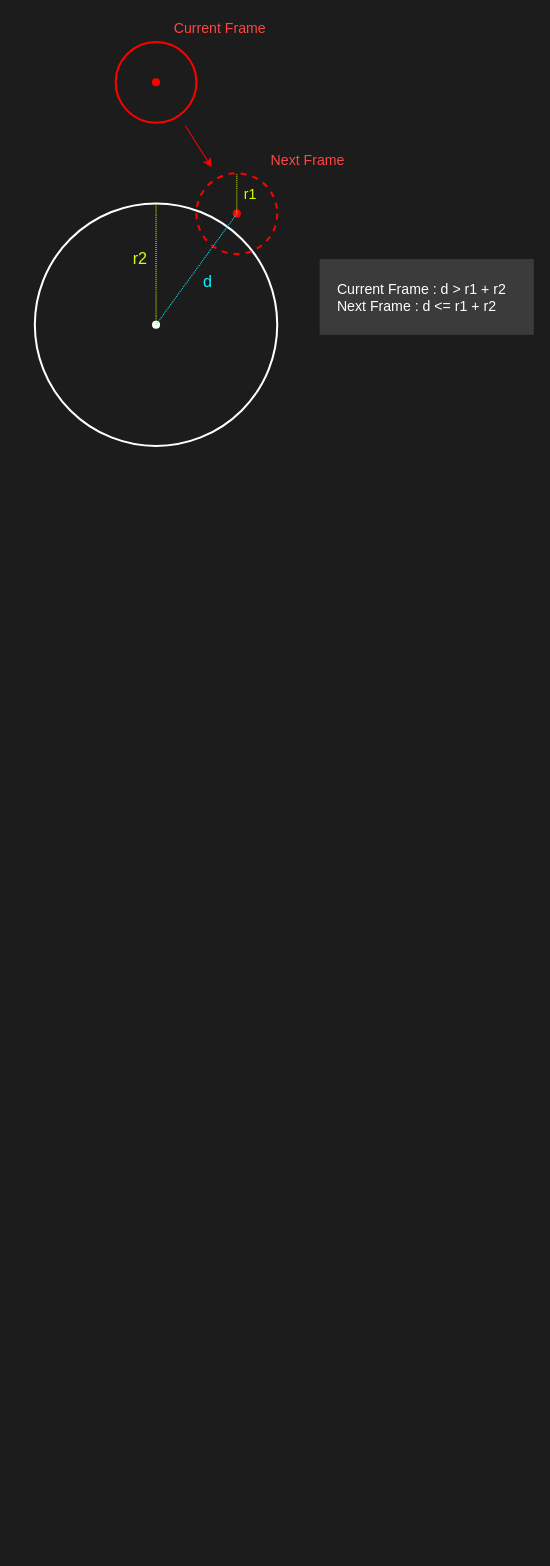
Above: _posts_data/2021_1002_Sphere to Sphere Collision.drawio in rito15/rito15.github.io (draw.io), before the change. Source tidied: cells renumbered, new cells numbered last; positions are measured from the earlier drawing's top-left corner, leaving out a move shared by most shapes. Both pictures are drawn from the tidied source at 101%, with x=0, y=0 at pixel (34, 17).
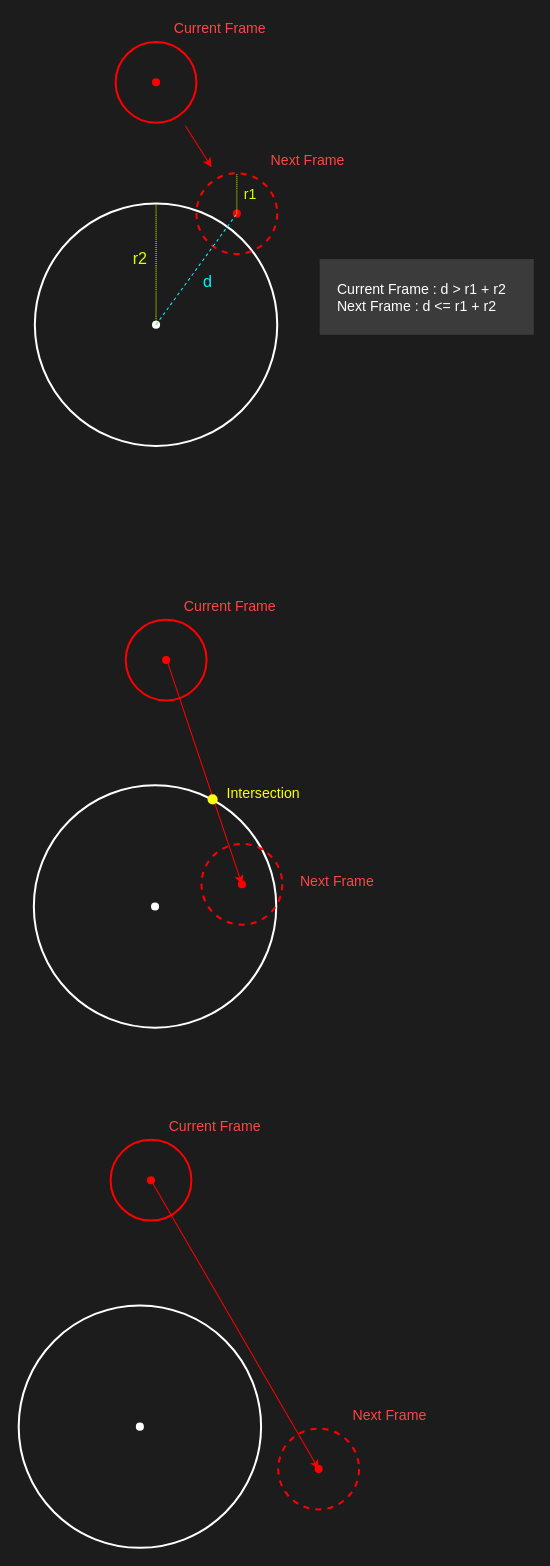
Above is the later version.

The change refers to these unchanged cells:
```xml
<mxCell id="2" style="group;" parent="1" vertex="1">
  <mxGeometry y="184" width="240" height="240" as="geometry" />
</mxCell>
<mxCell id="4" style="shape=waypoint;sketch=0;fillStyle=solid;size=6;points=[];fillColor=none;perimeter=centerPerimeter;snapToPoint=1;strokeColor=#FFFFFF;strokeWidth=2;" parent="2" vertex="1">
  <mxGeometry x="100" y="100" width="40" height="40" as="geometry" />
</mxCell>
```

Change to the diagram source:
```diff
@@
-    <mxCell id="9" style="rounded=0;jettySize=auto;html=1;strokeColor=#00F7FF;endArrow=none;endFill=0;exitX=0.617;exitY=0.559;exitDx=0;exitDy=0;exitPerimeter=0;dashed=1;dashPattern=1 1;" parent="2" edge="1" source="4">
+    <mxCell id="9" style="rounded=0;jettySize=auto;html=1;strokeColor=#00F7FF;endArrow=none;endFill=0;exitX=0.617;exitY=0.559;exitDx=0;exitDy=0;exitPerimeter=0;dashed=1;" parent="2" edge="1" source="4">
       <mxGeometry relative="1" as="geometry">
         <mxPoint x="200" y="10" as="targetPoint" />
       </mxGeometry>
     </mxCell>
@@
+    <mxCell id="22" style="group;" parent="1" vertex="1">
+      <mxGeometry x="90" y="596" width="80" height="80" as="geometry" />
+    </mxCell>
+    <mxCell id="23" style="ellipse;whiteSpace=wrap;html=1;fillColor=none;strokeColor=#FF0000;strokeWidth=2;" parent="22" vertex="1">
+      <mxGeometry width="80" height="80" as="geometry" />
+    </mxCell>
+    <mxCell id="24" style="shape=waypoint;sketch=0;size=6;fillColor=none;perimeter=centerPerimeter;strokeColor=#FF0000;strokeWidth=2;" parent="22" vertex="1">
+      <mxGeometry x="20" y="20" width="40" height="40" as="geometry" />
+    </mxCell>
+    <mxCell id="25" style="rounded=0;jettySize=auto;html=1;strokeColor=#FF0000;fontStyle=0;" parent="22" edge="1" target="44">
+      <mxGeometry x="-108" y="-66" as="geometry">
+        <mxPoint x="41" y="41" as="sourcePoint" />
+      </mxGeometry>
+    </mxCell>
+    <mxCell id="26" value="Current Frame" style="text;html=1;align=center;verticalAlign=middle;strokeColor=none;fillColor=none;fontSize=14;fontColor=#FF4545;" parent="1" vertex="1">
+      <mxGeometry x="142" y="572" width="101" height="21" as="geometry" />
+    </mxCell>
+    <mxCell id="27" value="Next Frame" style="text;html=1;align=center;verticalAlign=middle;strokeColor=none;fillColor=none;fontSize=14;fontColor=#FF4545;fontStyle=0;" parent="1" vertex="1">
+      <mxGeometry x="257" y="844" width="83" height="21" as="geometry" />
+    </mxCell>
+    <mxCell id="28" style="group;" parent="1" vertex="1">
+      <mxGeometry x="-16" y="1275" width="240" height="240" as="geometry" />
+    </mxCell>
+    <mxCell id="29" style="ellipse;whiteSpace=wrap;html=1;fillColor=none;strokeColor=#FFFFFF;strokeWidth=2;" parent="28" vertex="1">
+      <mxGeometry width="240" height="240" as="geometry" />
+    </mxCell>
+    <mxCell id="30" style="shape=waypoint;sketch=0;fillStyle=solid;size=6;fillColor=none;perimeter=centerPerimeter;strokeColor=#FFFFFF;strokeWidth=2;" parent="28" vertex="1">
+      <mxGeometry x="100" y="100" width="40" height="40" as="geometry" />
+    </mxCell>
+    <mxCell id="31" style="group;" parent="28" vertex="1">
+      <mxGeometry x="257" y="122" width="80" height="80" as="geometry" />
+    </mxCell>
+    <mxCell id="32" style="ellipse;whiteSpace=wrap;html=1;fillColor=none;strokeColor=#FF0000;strokeWidth=2;dashed=1;fontStyle=0;" parent="31" vertex="1">
+      <mxGeometry width="80" height="80" as="geometry" />
+    </mxCell>
+    <mxCell id="33" style="shape=waypoint;sketch=0;size=6;points=[];fillColor=none;perimeter=centerPerimeter;snapToPoint=1;strokeColor=#FF0000;strokeWidth=2;fontStyle=0;" parent="31" vertex="1">
+      <mxGeometry x="20" y="20" width="40" height="40" as="geometry" />
+    </mxCell>
+    <mxCell id="34" style="group;" parent="1" vertex="1">
+      <mxGeometry x="75" y="1111" width="80" height="80" as="geometry" />
+    </mxCell>
+    <mxCell id="35" style="ellipse;whiteSpace=wrap;html=1;fillColor=none;strokeColor=#FF0000;strokeWidth=2;" parent="34" vertex="1">
+      <mxGeometry width="80" height="80" as="geometry" />
+    </mxCell>
+    <mxCell id="36" style="shape=waypoint;sketch=0;size=6;points=[];fillColor=none;perimeter=centerPerimeter;snapToPoint=1;strokeColor=#FF0000;strokeWidth=2;" parent="34" vertex="1">
+      <mxGeometry x="20" y="20" width="40" height="40" as="geometry" />
+    </mxCell>
+    <mxCell id="37" style="rounded=0;jettySize=auto;html=1;strokeColor=#FF0000;fontStyle=0;" parent="1" edge="1" source="36" target="33">
+      <mxGeometry x="236" y="1228" as="geometry" />
+    </mxCell>
+    <mxCell id="38" value="Current Frame" style="text;html=1;align=center;verticalAlign=middle;strokeColor=none;fillColor=none;fontSize=14;fontColor=#FF4545;" parent="1" vertex="1">
+      <mxGeometry x="127" y="1087" width="101" height="21" as="geometry" />
+    </mxCell>
+    <mxCell id="39" value="Next Frame" style="text;html=1;align=center;verticalAlign=middle;strokeColor=none;fillColor=none;fontSize=14;fontColor=#FF4545;fontStyle=0;" parent="1" vertex="1">
+      <mxGeometry x="309" y="1373" width="83" height="21" as="geometry" />
+    </mxCell>
+    <mxCell id="40" style="ellipse;whiteSpace=wrap;html=1;fillColor=none;strokeColor=#FFFFFF;strokeWidth=2;" parent="1" vertex="1">
+      <mxGeometry x="-1" y="760" width="240" height="240" as="geometry" />
+    </mxCell>
+    <mxCell id="41" style="shape=waypoint;sketch=0;fillStyle=solid;size=6;fillColor=none;perimeter=centerPerimeter;strokeColor=#FFFFFF;strokeWidth=2;" parent="1" vertex="1">
+      <mxGeometry x="99" y="860" width="40" height="40" as="geometry" />
+    </mxCell>
+    <mxCell id="42" style="group;" parent="1" vertex="1">
+      <mxGeometry x="165" y="818" width="80" height="80" as="geometry" />
+    </mxCell>
+    <mxCell id="43" style="ellipse;whiteSpace=wrap;html=1;fillColor=none;strokeColor=#FF0000;strokeWidth=2;dashed=1;fontStyle=0;" parent="42" vertex="1">
+      <mxGeometry width="80" height="80" as="geometry" />
+    </mxCell>
+    <mxCell id="44" style="shape=waypoint;sketch=0;size=6;points=[];fillColor=none;perimeter=centerPerimeter;snapToPoint=1;strokeColor=#FF0000;strokeWidth=2;fontStyle=0;" parent="42" vertex="1">
+      <mxGeometry x="20" y="20" width="40" height="40" as="geometry" />
+    </mxCell>
+    <mxCell id="45" style="shape=waypoint;sketch=0;size=6;fillColor=none;perimeter=centerPerimeter;fontColor=#FFFF00;strokeColor=#FFFF00;strokeWidth=3;" parent="1" vertex="1">
+      <mxGeometry x="156" y="754" width="40" height="40" as="geometry" />
+    </mxCell>
+    <mxCell id="46" value="Intersection" style="text;html=1;align=center;verticalAlign=middle;strokeColor=none;fillColor=none;fontSize=14;fontColor=#FFFF00;fontStyle=0;" parent="1" vertex="1">
+      <mxGeometry x="185" y="757" width="82" height="21" as="geometry" />
+    </mxCell>
```
